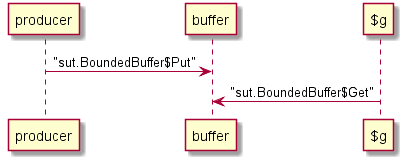
Above: umlSeqDiag.png in hasansozer/JBita (PlantUML), before the change.
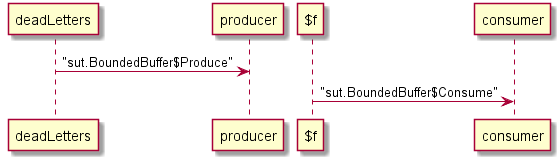
After the change.

What changed in the source:
```diff
@@ -1,4 +1,4 @@
 @startuml
-"producer" -> "buffer": "sut.BoundedBuffer$Put"
-"$g" -> "buffer": "sut.BoundedBuffer$Get"
+"deadLetters" -> "producer": "sut.BoundedBuffer$Produce"
+"$f" -> "consumer": "sut.BoundedBuffer$Consume"
 @enduml
```
